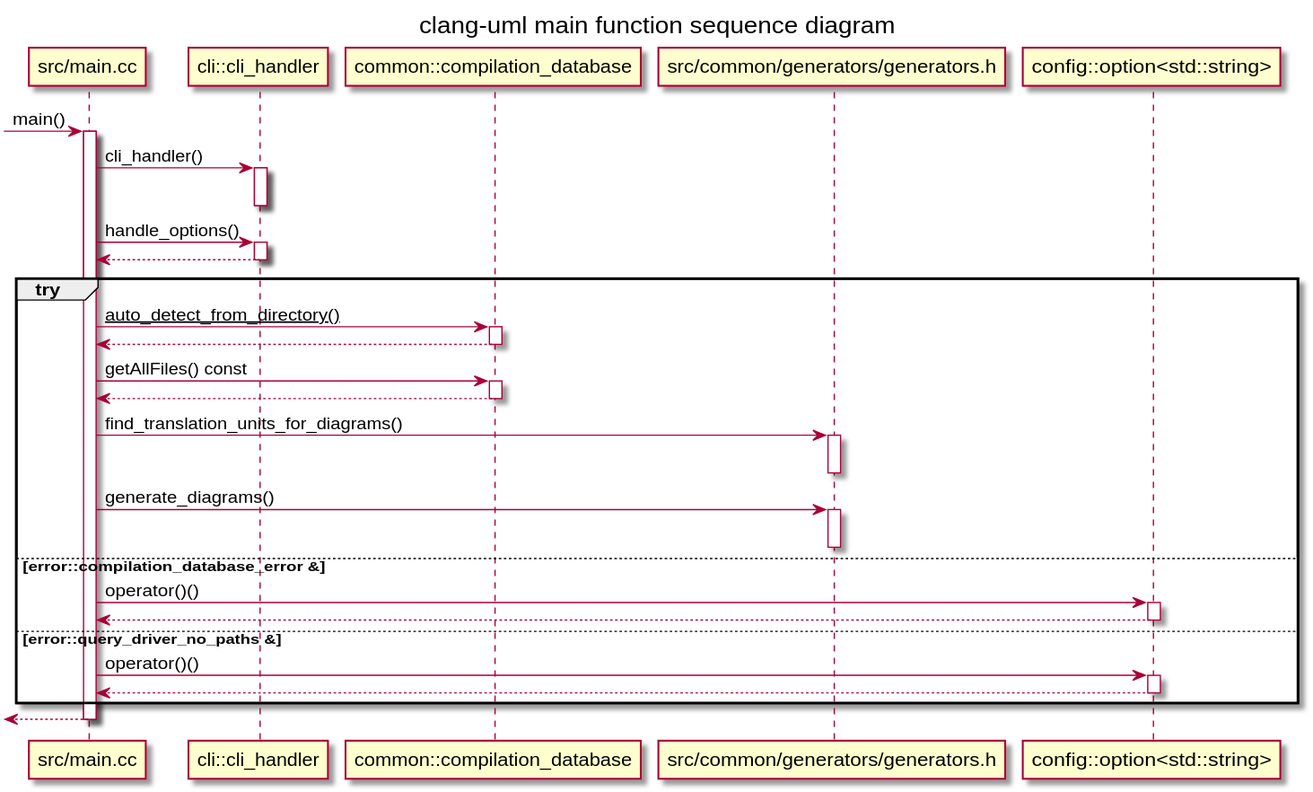
The PlantUML diagram main_sequence.svg in clang-uml/clang-uml.github.io, before a commit.
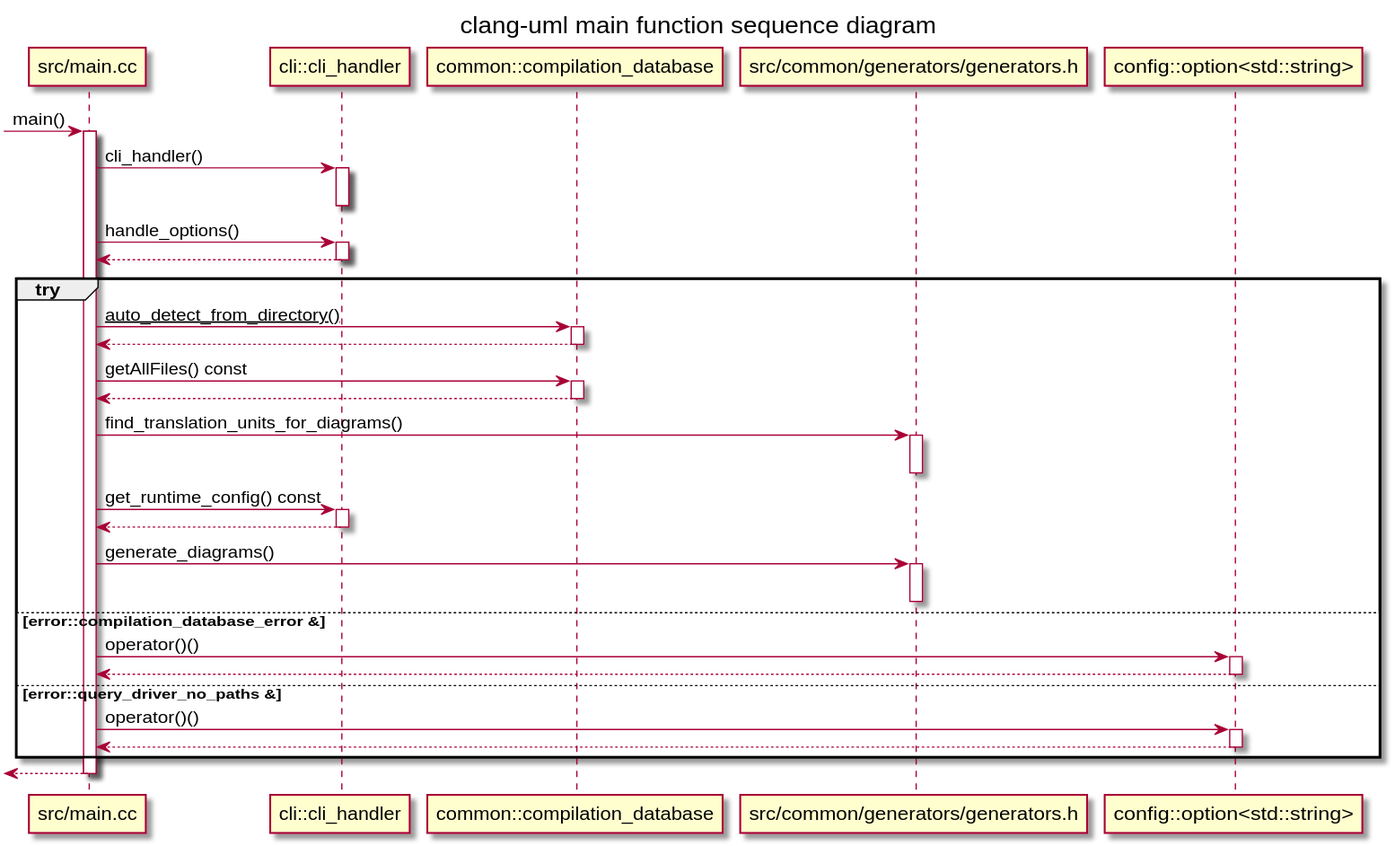
After the commit.

Diff of the diagram source:
```diff
@@ -25,6 +25,10 @@
 C_0000733886930267244399 -> C_0001922032904512424723 [[{}]] : find_translation_units_for_diagrams()
 activate C_0001922032904512424723
 deactivate C_0001922032904512424723
+C_0000733886930267244399 -> C_0002292468283229753520 [[{}]] : get_runtime_config() const
+activate C_0002292468283229753520
+C_0002292468283229753520 --> C_0000733886930267244399
+deactivate C_0002292468283229753520
 C_0000733886930267244399 -> C_0001922032904512424723 [[{}]] : generate_diagrams()
 activate C_0001922032904512424723
 deactivate C_0001922032904512424723
```
